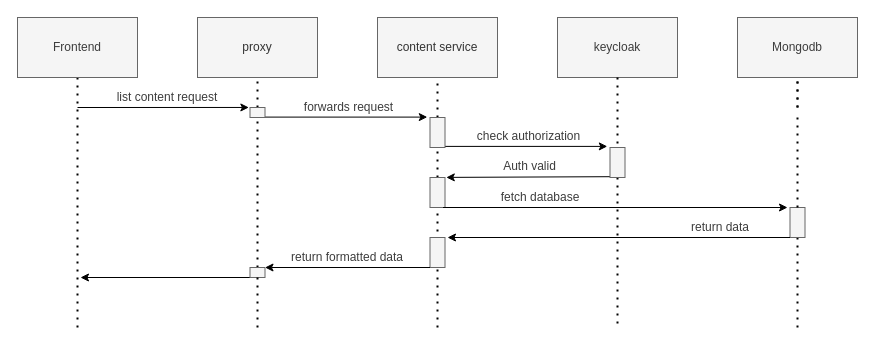
Earlier version of the draw.io diagram sketches/Q3-communication/sequence.drawio (nponsard/rapport-polycode-s7). Source tidied: cells renumbered, new cells numbered last; positions are measured from the earlier drawing's top-left corner, leaving out a move shared by most shapes. Both pictures are drawn from the tidied source at 100%, with x=0, y=0 at pixel (17, 17).
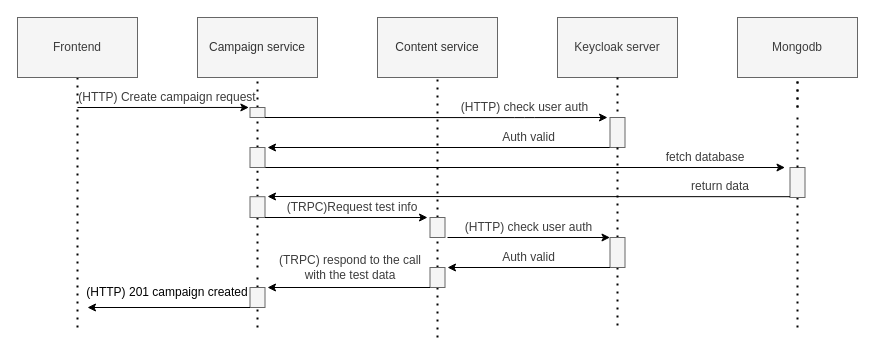
After the change.

The change refers to these unchanged cells:
```xml
<mxCell id="14" style="rounded=0;whiteSpace=wrap;html=1;labelBackgroundColor=#FFFFFF;fontColor=#333333;fillColor=#f5f5f5;strokeColor=#666666;" parent="1" vertex="1">
  <mxGeometry x="232.5" y="90" width="15" height="10" as="geometry" />
</mxCell>
```

What changed in the source:
```diff
@@
-    <mxCell id="5" value="proxy" style="rounded=0;whiteSpace=wrap;html=1;fillColor=#f5f5f5;strokeColor=#666666;fontColor=#333333;" parent="1" vertex="1">
+    <mxCell id="5" value="Campaign service" style="rounded=0;whiteSpace=wrap;html=1;fillColor=#f5f5f5;strokeColor=#666666;fontColor=#333333;" parent="1" vertex="1">
       <mxGeometry x="180" width="120" height="60" as="geometry" />
     </mxCell>
@@
-    <mxCell id="9" value="list content request" style="text;html=1;strokeColor=none;fillColor=none;align=center;verticalAlign=middle;whiteSpace=wrap;rounded=0;labelBackgroundColor=none;fontColor=#3D3D3D;" parent="1" vertex="1">
+    <mxCell id="9" value="(HTTP) Create campaign request" style="text;html=1;strokeColor=none;fillColor=none;align=center;verticalAlign=middle;whiteSpace=wrap;rounded=0;labelBackgroundColor=none;fontColor=#3D3D3D;" parent="1" vertex="1">
       <mxGeometry x="60" y="70" width="180" height="20" as="geometry" />
     </mxCell>
@@
-    <mxCell id="12" style="endArrow=classic;html=1;fontColor=#3D3D3D;strokeColor=#000000;entryX=0;entryY=0;entryDx=0;entryDy=0;" parent="1" edge="1">
-      <mxGeometry relative="1" as="geometry">
-        <mxPoint x="241" y="99.6" as="sourcePoint" />
-        <mxPoint x="409.8" y="99.6" as="targetPoint" />
-      </mxGeometry>
-    </mxCell>
-    <mxCell id="13" value="forwards request" style="text;html=1;strokeColor=none;fillColor=none;align=center;verticalAlign=middle;whiteSpace=wrap;rounded=0;labelBackgroundColor=#FFFFFF;fontColor=#3D3D3D;" parent="1" vertex="1">
-      <mxGeometry x="250" y="79.6" width="162.5" height="20" as="geometry" />
-    </mxCell>
@@
-    <mxCell id="15" style="endArrow=none;dashed=1;html=1;dashPattern=1 3;strokeWidth=2;rounded=0;strokeColor=#000000;startArrow=none;" parent="1" edge="1" source="40" target="14">
+    <mxCell id="15" style="endArrow=none;dashed=1;html=1;dashPattern=1 3;strokeWidth=2;rounded=0;strokeColor=#000000;startArrow=none;" parent="1" edge="1" source="31" target="14">
       <mxGeometry relative="1" as="geometry" />
     </mxCell>
     <mxCell id="16" style="rounded=0;whiteSpace=wrap;html=1;labelBackgroundColor=#FFFFFF;fontColor=#333333;fillColor=#f5f5f5;strokeColor=#666666;" parent="1" vertex="1">
-      <mxGeometry x="772.5" y="190" width="15" height="30" as="geometry" />
+      <mxGeometry x="772.5" y="150" width="15" height="30" as="geometry" />
     </mxCell>
@@
-    <mxCell id="18" style="endArrow=classic;html=1;fontColor=#3D3D3D;strokeColor=#000000;exitX=1;exitY=1;exitDx=0;exitDy=0;entryX=1;entryY=0;entryDx=0;entryDy=0;" parent="1" edge="1" source="19">
+    <mxCell id="18" style="endArrow=classic;html=1;fontColor=#3D3D3D;strokeColor=#000000;exitX=1;exitY=1;exitDx=0;exitDy=0;" parent="1" edge="1" source="19">
       <mxGeometry relative="1" as="geometry">
-        <mxPoint x="428.8" y="159.9" as="targetPoint" />
+        <mxPoint x="250" y="130" as="targetPoint" />
       </mxGeometry>
     </mxCell>
     <mxCell id="19" value="Auth valid" style="text;html=1;strokeColor=none;fillColor=none;align=center;verticalAlign=middle;whiteSpace=wrap;rounded=0;labelBackgroundColor=#FFFFFF;fontColor=#3D3D3D;" parent="1" vertex="1">
-      <mxGeometry x="431.2" y="139.2" width="162.5" height="20" as="geometry" />
+      <mxGeometry x="430" y="110" width="162.5" height="20" as="geometry" />
     </mxCell>
-    <mxCell id="20" style="endArrow=classic;html=1;fontColor=#3D3D3D;strokeColor=#000000;exitX=0;exitY=1;exitDx=0;exitDy=0;" parent="1" edge="1" source="40">
-      <mxGeometry relative="1" as="geometry">
-        <mxPoint x="63" y="260" as="targetPoint" />
-      </mxGeometry>
-    </mxCell>
-    <mxCell id="21" style="endArrow=none;dashed=1;html=1;dashPattern=1 3;strokeWidth=2;rounded=0;strokeColor=#000000;startArrow=none;" parent="1" edge="1" source="26" target="22">
+    <mxCell id="21" style="endArrow=none;dashed=1;html=1;dashPattern=1 3;strokeWidth=2;rounded=0;strokeColor=#000000;startArrow=none;" parent="1" edge="1" source="46" target="22">
       <mxGeometry relative="1" as="geometry" />
     </mxCell>
-    <mxCell id="22" value="content service" style="rounded=0;whiteSpace=wrap;html=1;fillColor=#f5f5f5;strokeColor=#666666;fontColor=#333333;" parent="1" vertex="1">
+    <mxCell id="22" value="Content service" style="rounded=0;whiteSpace=wrap;html=1;fillColor=#f5f5f5;strokeColor=#666666;fontColor=#333333;" parent="1" vertex="1">
       <mxGeometry x="360" width="120" height="60" as="geometry" />
     </mxCell>
-    <mxCell id="23" style="endArrow=none;dashed=1;html=1;dashPattern=1 3;strokeWidth=2;rounded=0;strokeColor=#000000;startArrow=none;" parent="1" edge="1" source="31" target="26">
-      <mxGeometry relative="1" as="geometry" />
-    </mxCell>
-    <mxCell id="24" style="endArrow=classic;html=1;fontColor=#3D3D3D;strokeColor=#000000;entryX=0;entryY=0;entryDx=0;entryDy=0;" parent="1" edge="1">
+    <mxCell id="24" style="endArrow=classic;html=1;fontColor=#3D3D3D;strokeColor=#000000;exitX=1;exitY=1;exitDx=0;exitDy=0;" parent="1" edge="1" source="14">
       <mxGeometry relative="1" as="geometry">
-        <mxPoint x="421" y="128.9" as="sourcePoint" />
-        <mxPoint x="589.8" y="128.9" as="targetPoint" />
+        <mxPoint x="590" y="100" as="targetPoint" />
+        <Array as="points">
+          <mxPoint x="507.1" y="100.1" />
+        </Array>
       </mxGeometry>
     </mxCell>
-    <mxCell id="25" value="check authorization" style="text;html=1;strokeColor=none;fillColor=none;align=center;verticalAlign=middle;whiteSpace=wrap;rounded=0;labelBackgroundColor=#FFFFFF;fontColor=#3D3D3D;" parent="1" vertex="1">
-      <mxGeometry x="430" y="108.9" width="162.5" height="20" as="geometry" />
+    <mxCell id="25" value="(HTTP) check user auth" style="text;html=1;strokeColor=none;fillColor=none;align=center;verticalAlign=middle;whiteSpace=wrap;rounded=0;labelBackgroundColor=#FFFFFF;fontColor=#3D3D3D;" parent="1" vertex="1">
+      <mxGeometry x="415" y="80" width="185" height="20" as="geometry" />
     </mxCell>
-    <mxCell id="26" style="rounded=0;whiteSpace=wrap;html=1;labelBackgroundColor=#FFFFFF;fontColor=#333333;fillColor=#f5f5f5;strokeColor=#666666;" parent="1" vertex="1">
-      <mxGeometry x="412.5" y="100" width="15" height="30" as="geometry" />
-    </mxCell>
-    <mxCell id="27" value="&lt;font color=&quot;#3d3d3d&quot;&gt;keycloak&lt;br&gt;&lt;/font&gt;" style="rounded=0;whiteSpace=wrap;html=1;fillColor=#f5f5f5;strokeColor=#666666;fontColor=#333333;" parent="1" vertex="1">
+    <mxCell id="27" value="&lt;font color=&quot;#3d3d3d&quot;&gt;Keycloak server&lt;br&gt;&lt;/font&gt;" style="rounded=0;whiteSpace=wrap;html=1;fillColor=#f5f5f5;strokeColor=#666666;fontColor=#333333;" parent="1" vertex="1">
       <mxGeometry x="540" width="120" height="60" as="geometry" />
     </mxCell>
-    <mxCell id="28" style="endArrow=none;dashed=1;html=1;dashPattern=1 3;strokeWidth=2;rounded=0;strokeColor=#000000;startArrow=none;" parent="1" edge="1" source="29">
+    <mxCell id="28" style="endArrow=none;dashed=1;html=1;dashPattern=1 3;strokeWidth=2;rounded=0;strokeColor=#000000;startArrow=none;" parent="1" edge="1" source="50">
       <mxGeometry relative="1" as="geometry">
         <mxPoint x="600" y="310" as="targetPoint" />
       </mxGeometry>
     </mxCell>
     <mxCell id="29" style="rounded=0;whiteSpace=wrap;html=1;labelBackgroundColor=#FFFFFF;fontColor=#333333;fillColor=#f5f5f5;strokeColor=#666666;" parent="1" vertex="1">
-      <mxGeometry x="592.5" y="130" width="15" height="30" as="geometry" />
+      <mxGeometry x="592.5" y="100" width="15" height="30" as="geometry" />
     </mxCell>
@@
-    <mxCell id="31" style="rounded=0;whiteSpace=wrap;html=1;labelBackgroundColor=#FFFFFF;fontColor=#333333;fillColor=#f5f5f5;strokeColor=#666666;" parent="1" vertex="1">
-      <mxGeometry x="412.5" y="160" width="15" height="30" as="geometry" />
-    </mxCell>
-    <mxCell id="32" style="endArrow=none;dashed=1;html=1;dashPattern=1 3;strokeWidth=2;rounded=0;strokeColor=#000000;startArrow=none;" parent="1" edge="1" target="31">
-      <mxGeometry relative="1" as="geometry">
-        <mxPoint x="420" y="310" as="sourcePoint" />
-      </mxGeometry>
-    </mxCell>
     <mxCell id="33" style="endArrow=classic;html=1;fontColor=#3D3D3D;strokeColor=#000000;" parent="1" edge="1">
       <mxGeometry relative="1" as="geometry">
-        <mxPoint x="425.5" y="190" as="sourcePoint" />
-        <mxPoint x="770" y="190" as="targetPoint" />
+        <mxPoint x="247.5" y="150" as="sourcePoint" />
+        <mxPoint x="767.5" y="150" as="targetPoint" />
       </mxGeometry>
     </mxCell>
     <mxCell id="34" value="fetch database" style="text;html=1;strokeColor=none;fillColor=none;align=center;verticalAlign=middle;whiteSpace=wrap;rounded=0;labelBackgroundColor=#FFFFFF;fontColor=#3D3D3D;" parent="1" vertex="1">
-      <mxGeometry x="434.5" y="170" width="175.5" height="20" as="geometry" />
+      <mxGeometry x="600" y="130" width="175.5" height="20" as="geometry" />
     </mxCell>
     <mxCell id="35" style="endArrow=classic;html=1;fontColor=#3D3D3D;strokeColor=#000000;exitX=0;exitY=1;exitDx=0;exitDy=0;" parent="1" edge="1">
       <mxGeometry relative="1" as="geometry">
-        <mxPoint x="772.5" y="220" as="sourcePoint" />
-        <mxPoint x="430" y="220" as="targetPoint" />
+        <mxPoint x="772.5" y="179.2" as="sourcePoint" />
+        <mxPoint x="250" y="179" as="targetPoint" />
       </mxGeometry>
     </mxCell>
     <mxCell id="36" value="return data" style="text;html=1;strokeColor=none;fillColor=none;align=center;verticalAlign=middle;whiteSpace=wrap;rounded=0;labelBackgroundColor=none;fontColor=#3D3D3D;" parent="1" vertex="1">
-      <mxGeometry x="632.5" y="199.3" width="140" height="20.7" as="geometry" />
+      <mxGeometry x="632.5" y="158.5" width="140" height="20.7" as="geometry" />
     </mxCell>
+    <mxCell id="39" value="(TRPC)Request test info" style="text;html=1;strokeColor=none;fillColor=none;align=center;verticalAlign=middle;whiteSpace=wrap;rounded=0;labelBackgroundColor=none;fontColor=#3D3D3D;" parent="1" vertex="1">
+      <mxGeometry x="255" y="180.3" width="160" height="19.7" as="geometry" />
+    </mxCell>
+    <mxCell id="41" style="endArrow=none;dashed=1;html=1;dashPattern=1 3;strokeWidth=2;rounded=0;strokeColor=#000000;startArrow=none;" parent="1" edge="1" source="58">
+      <mxGeometry relative="1" as="geometry">
+        <mxPoint x="240" y="260" as="targetPoint" />
+      </mxGeometry>
+    </mxCell>
+    <mxCell id="42" style="endArrow=none;dashed=1;html=1;dashPattern=1 3;strokeWidth=2;rounded=0;strokeColor=#000000;startArrow=none;" parent="1" edge="1" source="37" target="31">
+      <mxGeometry relative="1" as="geometry" />
+    </mxCell>
+    <mxCell id="31" style="rounded=0;whiteSpace=wrap;html=1;labelBackgroundColor=#FFFFFF;fontColor=#333333;fillColor=#f5f5f5;strokeColor=#666666;" parent="1" vertex="1">
+      <mxGeometry x="232.5" y="130" width="15" height="20" as="geometry" />
+    </mxCell>
+    <mxCell id="43" style="endArrow=none;dashed=1;html=1;dashPattern=1 3;strokeWidth=2;rounded=0;strokeColor=#000000;startArrow=none;" parent="1" edge="1" target="37">
+      <mxGeometry relative="1" as="geometry">
+        <mxPoint x="240" y="250" as="sourcePoint" />
+      </mxGeometry>
+    </mxCell>
     <mxCell id="37" style="rounded=0;whiteSpace=wrap;html=1;labelBackgroundColor=#FFFFFF;fontColor=#333333;fillColor=#f5f5f5;strokeColor=#666666;" parent="1" vertex="1">
-      <mxGeometry x="412.5" y="220" width="15" height="30" as="geometry" />
+      <mxGeometry x="232.5" y="179.2" width="15" height="20.8" as="geometry" />
     </mxCell>
-    <mxCell id="38" style="endArrow=classic;html=1;fontColor=#3D3D3D;strokeColor=#000000;exitX=0;exitY=1;exitDx=0;exitDy=0;entryX=1;entryY=0;entryDx=0;entryDy=0;" parent="1" edge="1" target="40">
-      <mxGeometry relative="1" as="geometry">
-        <mxPoint x="412.5" y="250" as="sourcePoint" />
-      </mxGeometry>
-    </mxCell>
-    <mxCell id="39" value="return formatted data" style="text;html=1;strokeColor=none;fillColor=none;align=center;verticalAlign=middle;whiteSpace=wrap;rounded=0;labelBackgroundColor=none;fontColor=#3D3D3D;" parent="1" vertex="1">
-      <mxGeometry x="260" y="230.3" width="140" height="19.7" as="geometry" />
-    </mxCell>
-    <mxCell id="40" style="rounded=0;whiteSpace=wrap;html=1;labelBackgroundColor=#FFFFFF;fontColor=#333333;fillColor=#f5f5f5;strokeColor=#666666;" parent="1" vertex="1">
-      <mxGeometry x="232.5" y="250" width="15" height="10" as="geometry" />
-    </mxCell>
-    <mxCell id="41" style="endArrow=none;dashed=1;html=1;dashPattern=1 3;strokeWidth=2;rounded=0;strokeColor=#000000;startArrow=none;" parent="1" edge="1" target="40">
-      <mxGeometry relative="1" as="geometry">
-        <mxPoint x="240" y="310" as="sourcePoint" />
-      </mxGeometry>
-    </mxCell>
+    <mxCell id="44" style="endArrow=classic;html=1;exitX=1;exitY=1;exitDx=0;exitDy=0;" parent="1" edge="1" source="37">
+      <mxGeometry relative="1" as="geometry">
+        <mxPoint x="410" y="200" as="targetPoint" />
+      </mxGeometry>
+    </mxCell>
+    <mxCell id="45" style="endArrow=none;dashed=1;html=1;dashPattern=1 3;strokeWidth=2;rounded=0;strokeColor=#000000;startArrow=none;" parent="1" edge="1" source="54" target="46">
+      <mxGeometry relative="1" as="geometry" />
+    </mxCell>
+    <mxCell id="46" style="rounded=0;whiteSpace=wrap;html=1;labelBackgroundColor=#FFFFFF;fontColor=#333333;fillColor=#f5f5f5;strokeColor=#666666;" parent="1" vertex="1">
+      <mxGeometry x="412.5" y="200" width="15" height="20" as="geometry" />
+    </mxCell>
+    <mxCell id="47" value="(HTTP) check user auth" style="text;html=1;strokeColor=none;fillColor=none;align=center;verticalAlign=middle;whiteSpace=wrap;rounded=0;labelBackgroundColor=#FFFFFF;fontColor=#3D3D3D;" parent="1" vertex="1">
+      <mxGeometry x="430" y="200" width="162.5" height="20" as="geometry" />
+    </mxCell>
+    <mxCell id="48" style="endArrow=classic;html=1;exitX=0;exitY=1;exitDx=0;exitDy=0;entryX=1;entryY=1;entryDx=0;entryDy=0;" parent="1" edge="1" source="47" target="47">
+      <mxGeometry relative="1" as="geometry" />
+    </mxCell>
+    <mxCell id="49" style="endArrow=none;dashed=1;html=1;dashPattern=1 3;strokeWidth=2;rounded=0;strokeColor=#000000;startArrow=none;" parent="1" edge="1" source="29" target="50">
+      <mxGeometry relative="1" as="geometry" />
+    </mxCell>
+    <mxCell id="50" style="rounded=0;whiteSpace=wrap;html=1;labelBackgroundColor=#FFFFFF;fontColor=#333333;fillColor=#f5f5f5;strokeColor=#666666;" parent="1" vertex="1">
+      <mxGeometry x="592.5" y="220" width="15" height="30" as="geometry" />
+    </mxCell>
+    <mxCell id="51" value="Auth valid" style="text;html=1;strokeColor=none;fillColor=none;align=center;verticalAlign=middle;whiteSpace=wrap;rounded=0;labelBackgroundColor=#FFFFFF;fontColor=#3D3D3D;" parent="1" vertex="1">
+      <mxGeometry x="430" y="230" width="162.5" height="20" as="geometry" />
+    </mxCell>
+    <mxCell id="52" style="endArrow=classic;html=1;exitX=0;exitY=1;exitDx=0;exitDy=0;" parent="1" edge="1" source="50">
+      <mxGeometry relative="1" as="geometry">
+        <mxPoint x="430" y="250" as="targetPoint" />
+      </mxGeometry>
+    </mxCell>
+    <mxCell id="53" style="endArrow=none;dashed=1;html=1;dashPattern=1 3;strokeWidth=2;rounded=0;strokeColor=#000000;startArrow=none;" parent="1" edge="1" target="54">
+      <mxGeometry relative="1" as="geometry">
+        <mxPoint x="420" y="320" as="sourcePoint" />
+      </mxGeometry>
+    </mxCell>
+    <mxCell id="54" style="rounded=0;whiteSpace=wrap;html=1;labelBackgroundColor=#FFFFFF;fontColor=#333333;fillColor=#f5f5f5;strokeColor=#666666;" parent="1" vertex="1">
+      <mxGeometry x="412.5" y="250" width="15" height="20" as="geometry" />
+    </mxCell>
+    <mxCell id="55" style="endArrow=classic;html=1;exitX=0;exitY=1;exitDx=0;exitDy=0;" parent="1" edge="1" source="54">
+      <mxGeometry relative="1" as="geometry">
+        <mxPoint x="250" y="270" as="targetPoint" />
+      </mxGeometry>
+    </mxCell>
+    <mxCell id="56" value="(TRPC) respond to the call with the test data" style="text;html=1;strokeColor=none;fillColor=none;align=center;verticalAlign=middle;whiteSpace=wrap;rounded=0;labelBackgroundColor=none;fontColor=#3D3D3D;" parent="1" vertex="1">
+      <mxGeometry x="252.5" y="240" width="160" height="19.7" as="geometry" />
+    </mxCell>
+    <mxCell id="57" style="endArrow=none;dashed=1;html=1;dashPattern=1 3;strokeWidth=2;rounded=0;strokeColor=#000000;startArrow=none;" parent="1" edge="1" target="58">
+      <mxGeometry relative="1" as="geometry">
+        <mxPoint x="240" y="310" as="sourcePoint" />
+      </mxGeometry>
+    </mxCell>
+    <mxCell id="58" style="rounded=0;whiteSpace=wrap;html=1;labelBackgroundColor=#FFFFFF;fontColor=#333333;fillColor=#f5f5f5;strokeColor=#666666;" parent="1" vertex="1">
+      <mxGeometry x="232.5" y="270" width="15" height="20" as="geometry" />
+    </mxCell>
+    <mxCell id="59" style="endArrow=classic;html=1;exitX=0;exitY=1;exitDx=0;exitDy=0;" parent="1" edge="1" source="58">
+      <mxGeometry relative="1" as="geometry">
+        <mxPoint x="70" y="290" as="targetPoint" />
+      </mxGeometry>
+    </mxCell>
+    <mxCell id="60" value="(HTTP) 201 campaign created" style="text;html=1;strokeColor=none;fillColor=none;align=center;verticalAlign=middle;whiteSpace=wrap;rounded=0;" parent="1" vertex="1">
+      <mxGeometry x="65" y="259.7" width="170" height="30" as="geometry" />
+    </mxCell>
```
